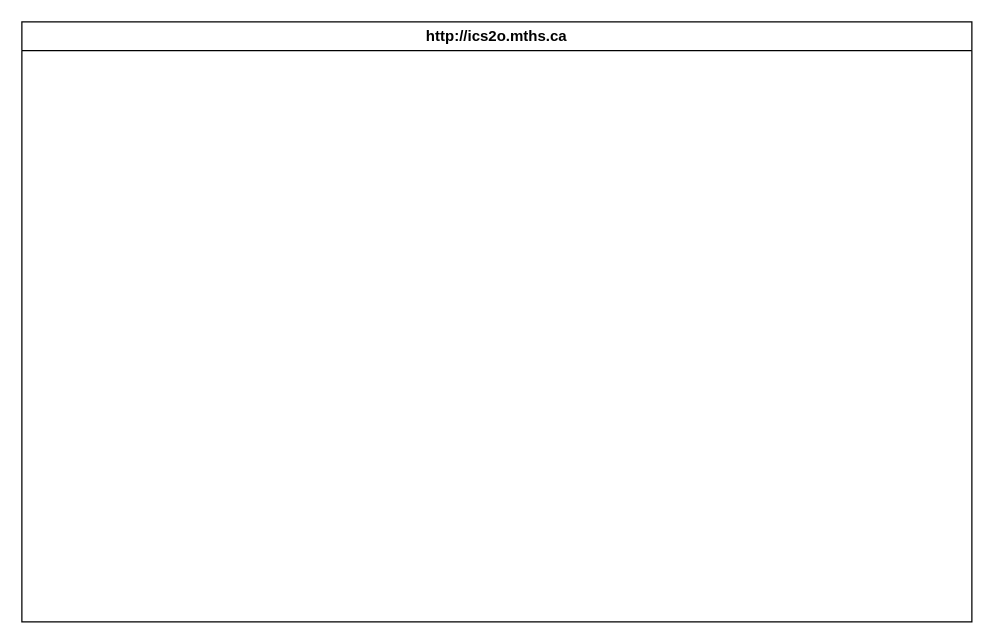
Above: design/storyboard.drawio in MTHS-ICD2O-1-2023/ICD2O-Unit-3-04-kai-nguyen-4 (draw.io), before the change. Source tidied: cells renumbered, new cells numbered last; positions are measured from the earlier drawing's top-left corner, leaving out a move shared by most shapes. Both pictures are drawn from the tidied source at 125%, with x=0, y=0 at pixel (21, 21).
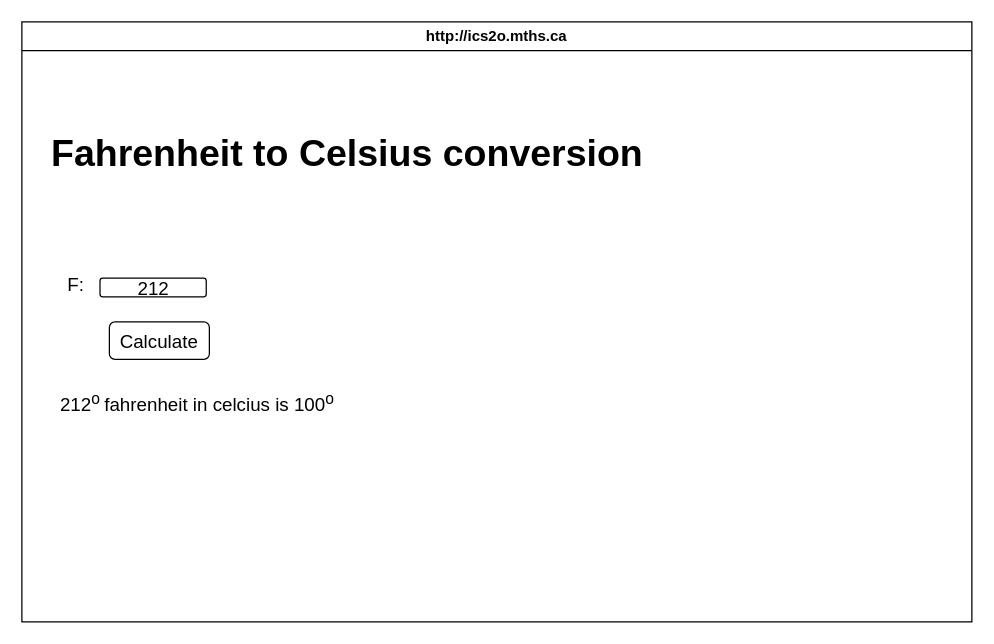
The same diagram, later.

Diff of the diagram source:
```diff
@@
 <mxGraphModel>
   <root>
     <mxCell id="0" />
     <mxCell id="1" parent="0" />
     <mxCell id="2" value="http://ics2o.mths.ca" style="swimlane;whiteSpace=wrap;html=1;" parent="1" vertex="1">
       <mxGeometry width="760" height="480" as="geometry" />
     </mxCell>
+    <mxCell id="3" value="&lt;h1&gt;Fahrenheit to Celsius conversion&lt;/h1&gt;" style="text;html=1;align=center;verticalAlign=middle;strokeColor=none;fillColor=none;fontSize=15;" parent="2" vertex="1">
+      <mxGeometry x="10" y="60" width="500" height="90" as="geometry" />
+    </mxCell>
+    <mxCell id="4" value="Calculate" style="rounded=1;whiteSpace=wrap;html=1;fontSize=15;" parent="2" vertex="1">
+      <mxGeometry x="70" y="240" width="80" height="30" as="geometry" />
+    </mxCell>
+    <mxCell id="5" value="212&lt;sup&gt;o&amp;nbsp;&lt;/sup&gt;fahrenheit in celcius is 100&lt;sup&gt;o&lt;/sup&gt;" style="text;html=1;align=center;verticalAlign=middle;strokeColor=none;fillColor=none;fontSize=15;" parent="2" vertex="1">
+      <mxGeometry x="20" y="285" width="240" height="40" as="geometry" />
+    </mxCell>
+    <mxCell id="6" value="212" style="rounded=1;whiteSpace=wrap;html=1;fontSize=15;" parent="1" vertex="1">
+      <mxGeometry x="62.5" y="205" width="85" height="15" as="geometry" />
+    </mxCell>
+    <mxCell id="7" value="F:" style="text;html=1;align=center;verticalAlign=middle;strokeColor=none;fillColor=none;fontSize=15;" parent="1" vertex="1">
+      <mxGeometry x="22.5" y="195" width="40" height="30" as="geometry" />
+    </mxCell>
   </root>
 </mxGraphModel>
```
